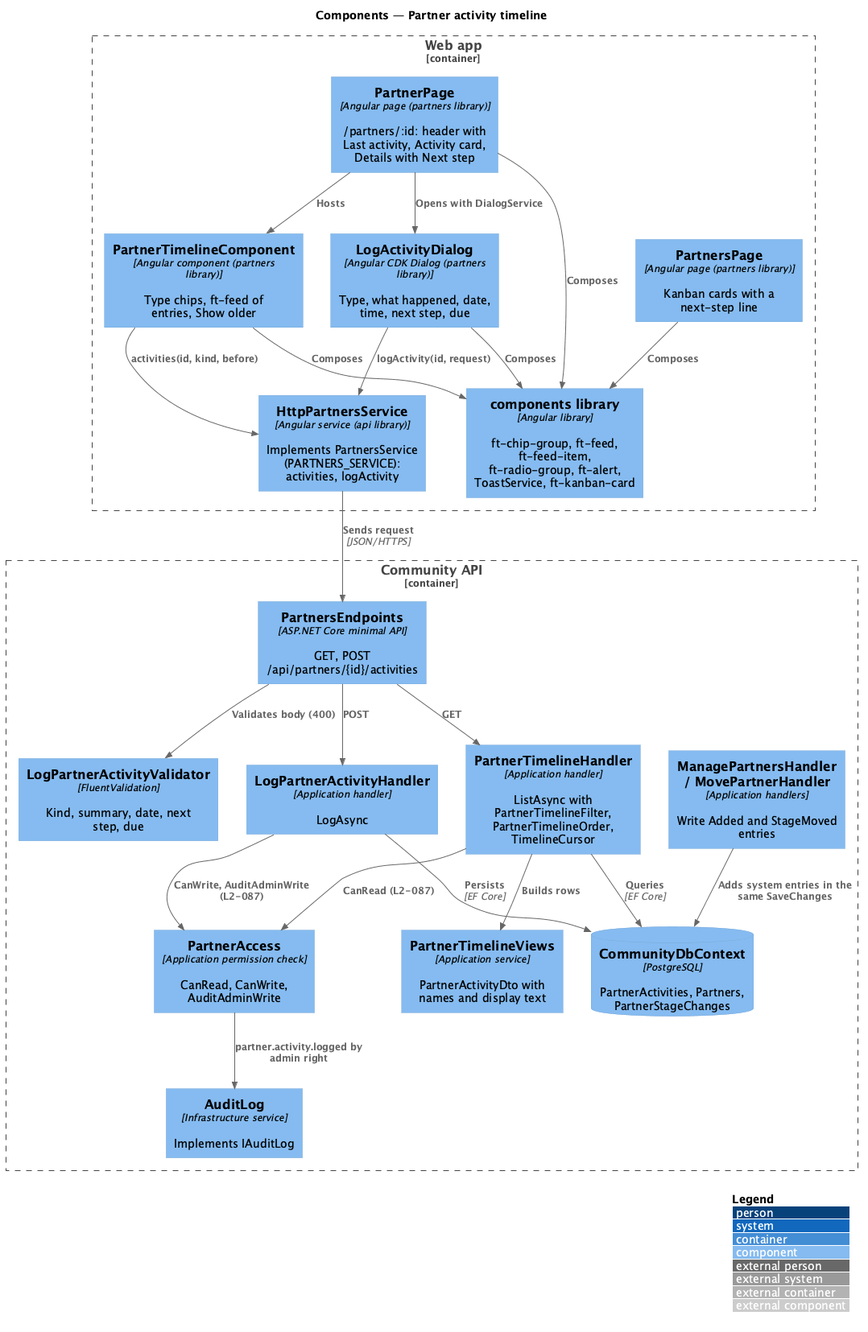
Earlier version of the PlantUML export docs/detailed-designs/partners/partner-activity-timeline/diagrams/c4-component.png (QuinntyneBrown/faithtech-community).
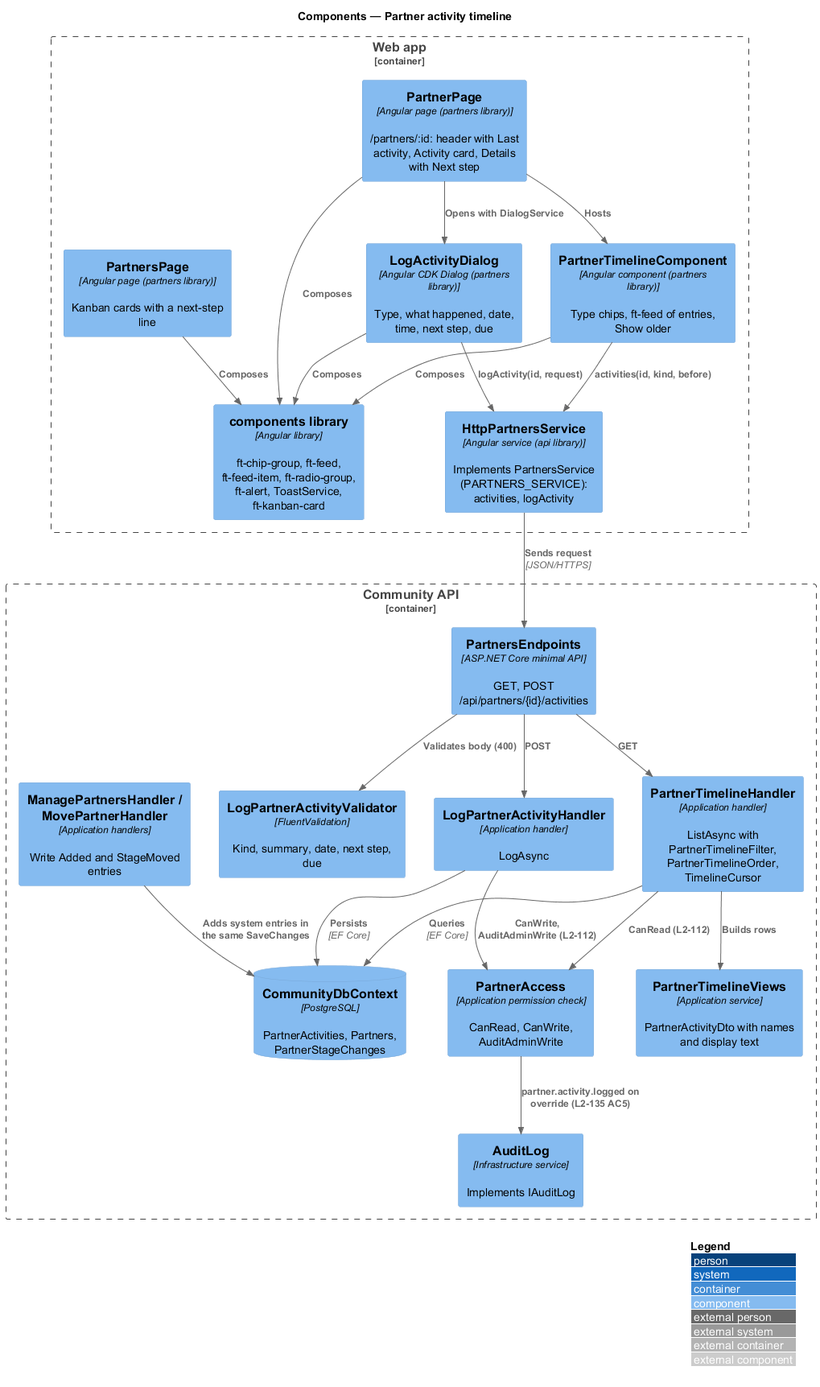
Above is the later version.

What changed in the source:
```diff
@@ -33,11 +33,11 @@
 Rel(ep, val, "Validates body (400)")
 Rel(ep, log, "POST")
 Rel(ep, list, "GET")
-Rel(log, acc, "CanWrite, AuditAdminWrite (L2-087)")
-Rel(list, acc, "CanRead (L2-087)")
+Rel(log, acc, "CanWrite, AuditAdminWrite (L2-112)")
+Rel(list, acc, "CanRead (L2-112)")
 Rel(list, views, "Builds rows")
 Rel(mp, db, "Adds system entries in the same SaveChanges")
-Rel(acc, audit, "partner.activity.logged by admin right")
+Rel(acc, audit, "partner.activity.logged on override (L2-135 AC5)")
 Rel(log, db, "Persists", "EF Core")
 Rel(list, db, "Queries", "EF Core")
 @enduml
```
